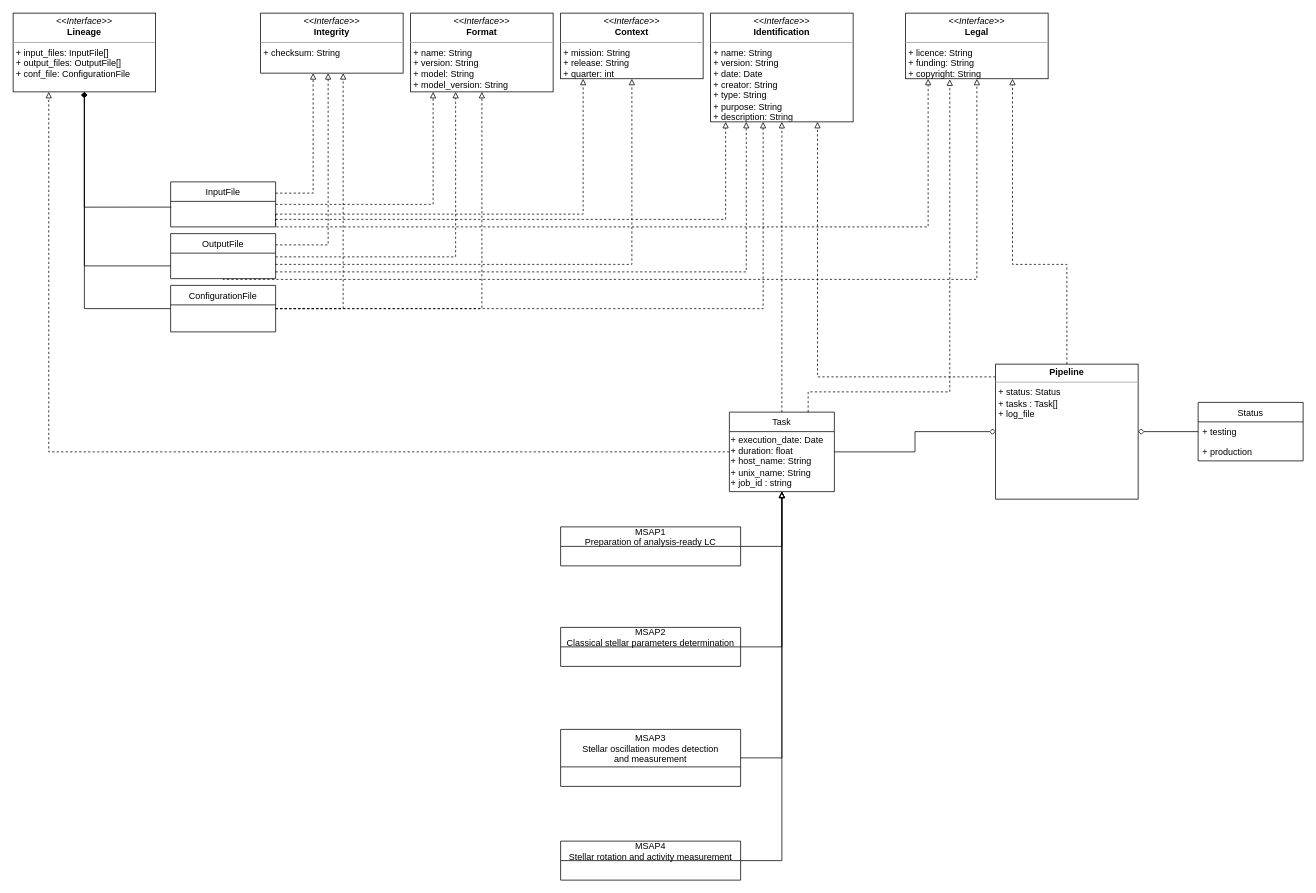
This is Untitled Diagram.drawio from J-Christophe/platoDM, a draw.io file, before an edit. Source tidied: cells renumbered, new cells numbered last; positions are measured from the earlier drawing's top-left corner, leaving out a move shared by most shapes. Both pictures are drawn from the tidied source at 75%, with x=0, y=0 at pixel (13, 13).
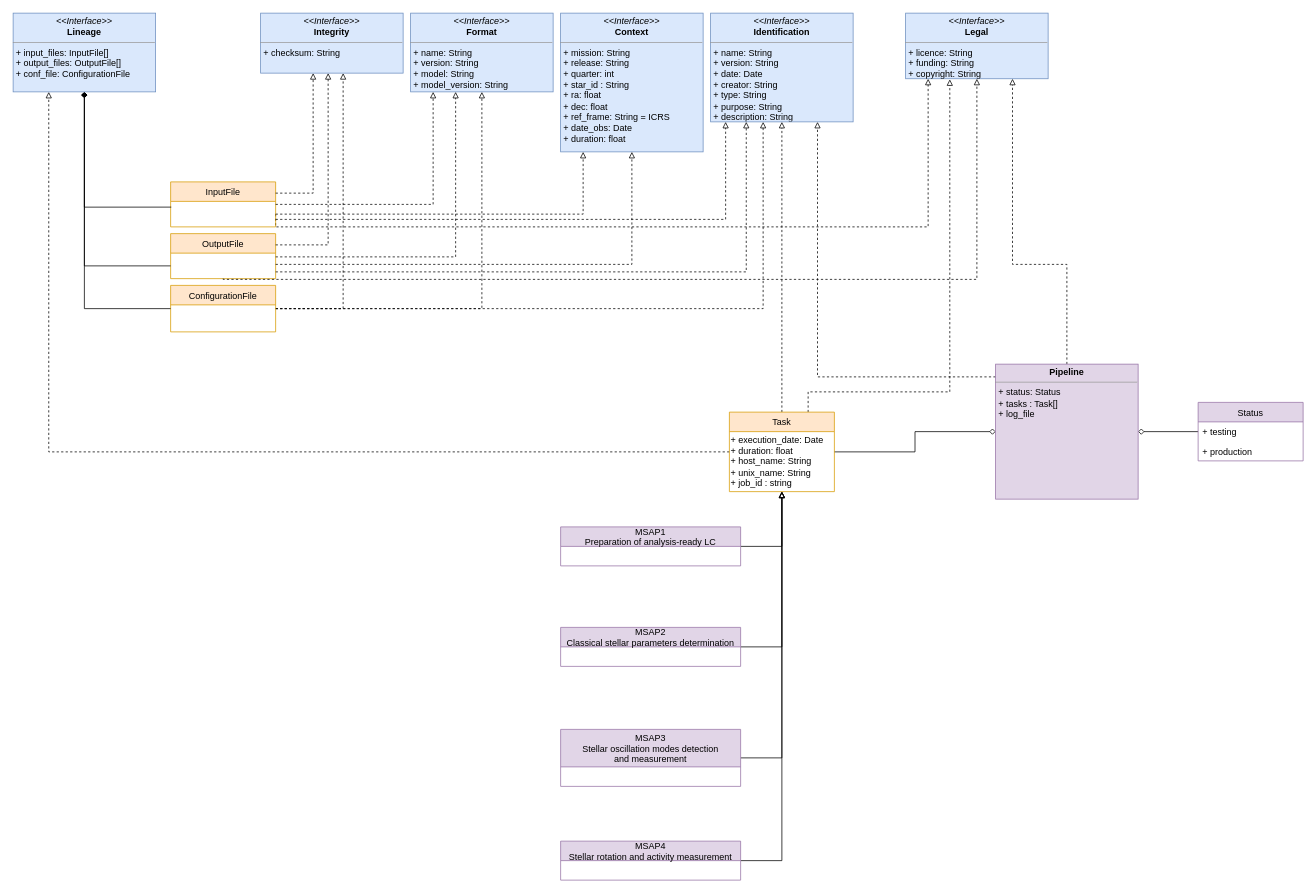
The same page after the edit.

What changed in the source:
```diff
@@
-    <mxCell id="4" value="MSAP1&#10;Preparation of analysis-ready LC" style="swimlane;fontStyle=0;horizontal=1;startSize=26;fillColor=none;" parent="1" vertex="1">
+    <mxCell id="4" value="MSAP1&#10;Preparation of analysis-ready LC" style="swimlane;fontStyle=0;horizontal=1;startSize=26;fillColor=#e1d5e7;strokeColor=#9673a6;" parent="1" vertex="1">
       <mxGeometry x="730" y="685" width="240" height="52" as="geometry" />
     </mxCell>
@@
-    <mxCell id="6" value="MSAP2&#10;Classical stellar parameters determination" style="swimlane;fontStyle=0;horizontal=1;startSize=26;fillColor=none;" parent="1" vertex="1">
+    <mxCell id="6" value="MSAP2&#10;Classical stellar parameters determination" style="swimlane;fontStyle=0;horizontal=1;startSize=26;fillColor=#e1d5e7;strokeColor=#9673a6;" parent="1" vertex="1">
       <mxGeometry x="730" y="819" width="240" height="52" as="geometry" />
     </mxCell>
@@
-    <mxCell id="8" value="MSAP3&#10;Stellar oscillation modes detection &#10;and measurement" style="swimlane;fontStyle=0;horizontal=1;startSize=50;fillColor=none;" parent="1" vertex="1">
+    <mxCell id="8" value="MSAP3&#10;Stellar oscillation modes detection &#10;and measurement" style="swimlane;fontStyle=0;horizontal=1;startSize=50;fillColor=#e1d5e7;strokeColor=#9673a6;" parent="1" vertex="1">
       <mxGeometry x="730" y="955" width="240" height="76" as="geometry" />
     </mxCell>
@@
-    <mxCell id="10" value="MSAP4&#10;Stellar rotation and activity measurement" style="swimlane;fontStyle=0;horizontal=1;startSize=26;fillColor=none;" parent="1" vertex="1">
+    <mxCell id="10" value="MSAP4&#10;Stellar rotation and activity measurement" style="swimlane;fontStyle=0;horizontal=1;startSize=26;fillColor=#e1d5e7;strokeColor=#9673a6;" parent="1" vertex="1">
       <mxGeometry x="730" y="1104" width="240" height="52" as="geometry" />
     </mxCell>
@@
-    <mxCell id="15" value="&lt;p style=&quot;margin: 0px ; margin-top: 4px ; text-align: center&quot;&gt;&lt;b&gt;Pipeline&lt;/b&gt;&lt;/p&gt;&lt;hr size=&quot;1&quot;&gt;&lt;p style=&quot;margin: 0px ; margin-left: 4px&quot;&gt;&lt;span&gt;+ status: Status&lt;/span&gt;&lt;br&gt;&lt;/p&gt;&lt;p style=&quot;margin: 0px ; margin-left: 4px&quot;&gt;+ tasks : Task[]&lt;/p&gt;&lt;p style=&quot;margin: 0px ; margin-left: 4px&quot;&gt;+ log_file&lt;/p&gt;" style="verticalAlign=top;align=left;overflow=fill;fontSize=12;fontFamily=Helvetica;html=1;" parent="1" vertex="1">
+    <mxCell id="15" value="&lt;p style=&quot;margin: 0px ; margin-top: 4px ; text-align: center&quot;&gt;&lt;b&gt;Pipeline&lt;/b&gt;&lt;/p&gt;&lt;hr size=&quot;1&quot;&gt;&lt;p style=&quot;margin: 0px ; margin-left: 4px&quot;&gt;&lt;span&gt;+ status: Status&lt;/span&gt;&lt;br&gt;&lt;/p&gt;&lt;p style=&quot;margin: 0px ; margin-left: 4px&quot;&gt;+ tasks : Task[]&lt;/p&gt;&lt;p style=&quot;margin: 0px ; margin-left: 4px&quot;&gt;+ log_file&lt;/p&gt;" style="verticalAlign=top;align=left;overflow=fill;fontSize=12;fontFamily=Helvetica;html=1;fillColor=#e1d5e7;strokeColor=#9673a6;" parent="1" vertex="1">
       <mxGeometry x="1310" y="468" width="190" height="180" as="geometry" />
     </mxCell>
-    <mxCell id="16" value="Status" style="swimlane;fontStyle=0;horizontal=1;startSize=26;fillColor=none;" parent="1" vertex="1">
+    <mxCell id="16" value="Status" style="swimlane;fontStyle=0;horizontal=1;startSize=26;fillColor=#e1d5e7;strokeColor=#9673a6;" parent="1" vertex="1">
       <mxGeometry x="1580" y="519" width="140" height="78" as="geometry" />
     </mxCell>
@@
-    <mxCell id="20" value="InputFile" style="swimlane;fontStyle=0;horizontal=1;startSize=26;fillColor=none;" parent="1" vertex="1">
+    <mxCell id="20" value="InputFile" style="swimlane;fontStyle=0;horizontal=1;startSize=26;fillColor=#ffe6cc;strokeColor=#d79b00;" parent="1" vertex="1">
       <mxGeometry x="210" y="225" width="140" height="60" as="geometry" />
     </mxCell>
@@
-    <mxCell id="22" value="OutputFile" style="swimlane;fontStyle=0;horizontal=1;startSize=26;fillColor=none;" parent="1" vertex="1">
+    <mxCell id="22" value="OutputFile" style="swimlane;fontStyle=0;horizontal=1;startSize=26;fillColor=#ffe6cc;strokeColor=#d79b00;" parent="1" vertex="1">
       <mxGeometry x="210" y="294" width="140" height="60" as="geometry" />
     </mxCell>
@@
-    <mxCell id="27" value="ConfigurationFile" style="swimlane;fontStyle=0;horizontal=1;startSize=26;fillColor=none;" parent="1" vertex="1">
+    <mxCell id="27" value="ConfigurationFile" style="swimlane;fontStyle=0;horizontal=1;startSize=26;fillColor=#ffe6cc;strokeColor=#d79b00;" parent="1" vertex="1">
       <mxGeometry x="210" y="363" width="140" height="62" as="geometry" />
     </mxCell>
@@
-    <mxCell id="30" value="Task" style="swimlane;fontStyle=0;horizontal=1;startSize=26;fillColor=none;" parent="1" vertex="1">
+    <mxCell id="30" value="Task" style="swimlane;fontStyle=0;horizontal=1;startSize=26;fillColor=#ffe6cc;strokeColor=#d79b00;" parent="1" vertex="1">
       <mxGeometry x="955" y="532" width="140" height="106" as="geometry" />
     </mxCell>
@@
-    <mxCell id="32" value="&lt;p style=&quot;margin: 0px ; margin-top: 4px ; text-align: center&quot;&gt;&lt;i&gt;&amp;lt;&amp;lt;Interface&amp;gt;&amp;gt;&lt;/i&gt;&lt;br&gt;&lt;b&gt;Identification&lt;/b&gt;&lt;/p&gt;&lt;hr size=&quot;1&quot;&gt;&lt;p style=&quot;margin: 0px ; margin-left: 4px&quot;&gt;+ name: String&lt;/p&gt;&lt;p style=&quot;margin: 0px ; margin-left: 4px&quot;&gt;+ version: String&lt;/p&gt;&lt;p style=&quot;margin: 0px ; margin-left: 4px&quot;&gt;+ date: Date&lt;/p&gt;&lt;p style=&quot;margin: 0px ; margin-left: 4px&quot;&gt;+ creator: String&lt;/p&gt;&lt;p style=&quot;margin: 0px ; margin-left: 4px&quot;&gt;+ type: String&lt;/p&gt;&lt;p style=&quot;margin: 0px ; margin-left: 4px&quot;&gt;+ purpose: String&lt;/p&gt;&lt;p style=&quot;margin: 0px ; margin-left: 4px&quot;&gt;+ description: String&lt;/p&gt;" style="verticalAlign=top;align=left;overflow=fill;fontSize=12;fontFamily=Helvetica;html=1;" parent="1" vertex="1">
+    <mxCell id="32" value="&lt;p style=&quot;margin: 0px ; margin-top: 4px ; text-align: center&quot;&gt;&lt;i&gt;&amp;lt;&amp;lt;Interface&amp;gt;&amp;gt;&lt;/i&gt;&lt;br&gt;&lt;b&gt;Identification&lt;/b&gt;&lt;/p&gt;&lt;hr size=&quot;1&quot;&gt;&lt;p style=&quot;margin: 0px ; margin-left: 4px&quot;&gt;+ name: String&lt;/p&gt;&lt;p style=&quot;margin: 0px ; margin-left: 4px&quot;&gt;+ version: String&lt;/p&gt;&lt;p style=&quot;margin: 0px ; margin-left: 4px&quot;&gt;+ date: Date&lt;/p&gt;&lt;p style=&quot;margin: 0px ; margin-left: 4px&quot;&gt;+ creator: String&lt;/p&gt;&lt;p style=&quot;margin: 0px ; margin-left: 4px&quot;&gt;+ type: String&lt;/p&gt;&lt;p style=&quot;margin: 0px ; margin-left: 4px&quot;&gt;+ purpose: String&lt;/p&gt;&lt;p style=&quot;margin: 0px ; margin-left: 4px&quot;&gt;+ description: String&lt;/p&gt;" style="verticalAlign=top;align=left;overflow=fill;fontSize=12;fontFamily=Helvetica;html=1;fillColor=#dae8fc;strokeColor=#6c8ebf;" parent="1" vertex="1">
       <mxGeometry x="930" width="190" height="145" as="geometry" />
     </mxCell>
@@
-    <mxCell id="36" value="&lt;p style=&quot;margin: 0px ; margin-top: 4px ; text-align: center&quot;&gt;&lt;i&gt;&amp;lt;&amp;lt;Interface&amp;gt;&amp;gt;&lt;/i&gt;&lt;br&gt;&lt;b&gt;Lineage&lt;/b&gt;&lt;/p&gt;&lt;hr size=&quot;1&quot;&gt;&lt;p style=&quot;margin: 0px 0px 0px 4px&quot;&gt;+ input_files: InputFile[]&lt;/p&gt;&lt;p style=&quot;margin: 0px 0px 0px 4px&quot;&gt;+ output_files: OutputFile[]&lt;/p&gt;&lt;p style=&quot;margin: 0px 0px 0px 4px&quot;&gt;+ conf_file: ConfigurationFile&lt;/p&gt;" style="verticalAlign=top;align=left;overflow=fill;fontSize=12;fontFamily=Helvetica;html=1;" parent="1" vertex="1">
+    <mxCell id="36" value="&lt;p style=&quot;margin: 0px ; margin-top: 4px ; text-align: center&quot;&gt;&lt;i&gt;&amp;lt;&amp;lt;Interface&amp;gt;&amp;gt;&lt;/i&gt;&lt;br&gt;&lt;b&gt;Lineage&lt;/b&gt;&lt;/p&gt;&lt;hr size=&quot;1&quot;&gt;&lt;p style=&quot;margin: 0px 0px 0px 4px&quot;&gt;+ input_files: InputFile[]&lt;/p&gt;&lt;p style=&quot;margin: 0px 0px 0px 4px&quot;&gt;+ output_files: OutputFile[]&lt;/p&gt;&lt;p style=&quot;margin: 0px 0px 0px 4px&quot;&gt;+ conf_file: ConfigurationFile&lt;/p&gt;" style="verticalAlign=top;align=left;overflow=fill;fontSize=12;fontFamily=Helvetica;html=1;fillColor=#dae8fc;strokeColor=#6c8ebf;" parent="1" vertex="1">
       <mxGeometry width="190" height="105" as="geometry" />
     </mxCell>
-    <mxCell id="37" value="&lt;p style=&quot;margin: 0px ; margin-top: 4px ; text-align: center&quot;&gt;&lt;i&gt;&amp;lt;&amp;lt;Interface&amp;gt;&amp;gt;&lt;/i&gt;&lt;br&gt;&lt;b&gt;Integrity&lt;/b&gt;&lt;/p&gt;&lt;hr size=&quot;1&quot;&gt;&lt;p style=&quot;margin: 0px ; margin-left: 4px&quot;&gt;&lt;span&gt;+ checksum: String&lt;/span&gt;&lt;br&gt;&lt;/p&gt;" style="verticalAlign=top;align=left;overflow=fill;fontSize=12;fontFamily=Helvetica;html=1;" parent="1" vertex="1">
+    <mxCell id="37" value="&lt;p style=&quot;margin: 0px ; margin-top: 4px ; text-align: center&quot;&gt;&lt;i&gt;&amp;lt;&amp;lt;Interface&amp;gt;&amp;gt;&lt;/i&gt;&lt;br&gt;&lt;b&gt;Integrity&lt;/b&gt;&lt;/p&gt;&lt;hr size=&quot;1&quot;&gt;&lt;p style=&quot;margin: 0px ; margin-left: 4px&quot;&gt;&lt;span&gt;+ checksum: String&lt;/span&gt;&lt;br&gt;&lt;/p&gt;" style="verticalAlign=top;align=left;overflow=fill;fontSize=12;fontFamily=Helvetica;html=1;fillColor=#dae8fc;strokeColor=#6c8ebf;" parent="1" vertex="1">
       <mxGeometry x="330" width="190" height="80" as="geometry" />
     </mxCell>
-    <mxCell id="38" value="&lt;p style=&quot;margin: 0px ; margin-top: 4px ; text-align: center&quot;&gt;&lt;i&gt;&amp;lt;&amp;lt;Interface&amp;gt;&amp;gt;&lt;/i&gt;&lt;br&gt;&lt;b&gt;Context&lt;/b&gt;&lt;/p&gt;&lt;hr size=&quot;1&quot;&gt;&lt;p style=&quot;margin: 0px 0px 0px 4px&quot;&gt;+ mission: String&lt;/p&gt;&lt;p style=&quot;margin: 0px 0px 0px 4px&quot;&gt;+ release: String&lt;/p&gt;&lt;p style=&quot;margin: 0px 0px 0px 4px&quot;&gt;+ quarter: int&lt;/p&gt;" style="verticalAlign=top;align=left;overflow=fill;fontSize=12;fontFamily=Helvetica;html=1;" parent="1" vertex="1">
-      <mxGeometry x="730" width="190" height="87.5" as="geometry" />
+    <mxCell id="38" value="&lt;p style=&quot;margin: 0px ; margin-top: 4px ; text-align: center&quot;&gt;&lt;i&gt;&amp;lt;&amp;lt;Interface&amp;gt;&amp;gt;&lt;/i&gt;&lt;br&gt;&lt;b&gt;Context&lt;/b&gt;&lt;/p&gt;&lt;hr size=&quot;1&quot;&gt;&lt;p style=&quot;margin: 0px 0px 0px 4px&quot;&gt;+ mission: String&lt;/p&gt;&lt;p style=&quot;margin: 0px 0px 0px 4px&quot;&gt;+ release: String&lt;/p&gt;&lt;p style=&quot;margin: 0px 0px 0px 4px&quot;&gt;+ quarter: int&lt;/p&gt;&lt;p style=&quot;margin: 0px 0px 0px 4px&quot;&gt;+ star_id : String&lt;/p&gt;&lt;p style=&quot;margin: 0px 0px 0px 4px&quot;&gt;+ ra: float&lt;/p&gt;&lt;p style=&quot;margin: 0px 0px 0px 4px&quot;&gt;+ dec: float&lt;/p&gt;&lt;p style=&quot;margin: 0px 0px 0px 4px&quot;&gt;+ ref_frame: String = ICRS&lt;/p&gt;&lt;p style=&quot;margin: 0px 0px 0px 4px&quot;&gt;+ date_obs: Date&lt;/p&gt;&lt;p style=&quot;margin: 0px 0px 0px 4px&quot;&gt;+ duration: float&lt;/p&gt;" style="verticalAlign=top;align=left;overflow=fill;fontSize=12;fontFamily=Helvetica;html=1;fillColor=#dae8fc;strokeColor=#6c8ebf;" parent="1" vertex="1">
+      <mxGeometry x="730" width="190" height="185" as="geometry" />
     </mxCell>
@@
-    <mxCell id="45" value="&lt;p style=&quot;margin: 0px ; margin-top: 4px ; text-align: center&quot;&gt;&lt;i&gt;&amp;lt;&amp;lt;Interface&amp;gt;&amp;gt;&lt;/i&gt;&lt;br&gt;&lt;b&gt;Format&lt;/b&gt;&lt;/p&gt;&lt;hr size=&quot;1&quot;&gt;&lt;p style=&quot;margin: 0px ; margin-left: 4px&quot;&gt;&lt;span&gt;+ name: String&lt;/span&gt;&lt;br&gt;&lt;/p&gt;&lt;p style=&quot;margin: 0px ; margin-left: 4px&quot;&gt;&lt;span&gt;+ version: String&lt;/span&gt;&lt;/p&gt;&lt;p style=&quot;margin: 0px ; margin-left: 4px&quot;&gt;&lt;span&gt;+ model: String&lt;/span&gt;&lt;/p&gt;&lt;p style=&quot;margin: 0px ; margin-left: 4px&quot;&gt;&lt;span&gt;+ model_version: String&lt;/span&gt;&lt;/p&gt;" style="verticalAlign=top;align=left;overflow=fill;fontSize=12;fontFamily=Helvetica;html=1;" parent="1" vertex="1">
+    <mxCell id="45" value="&lt;p style=&quot;margin: 0px ; margin-top: 4px ; text-align: center&quot;&gt;&lt;i&gt;&amp;lt;&amp;lt;Interface&amp;gt;&amp;gt;&lt;/i&gt;&lt;br&gt;&lt;b&gt;Format&lt;/b&gt;&lt;/p&gt;&lt;hr size=&quot;1&quot;&gt;&lt;p style=&quot;margin: 0px ; margin-left: 4px&quot;&gt;&lt;span&gt;+ name: String&lt;/span&gt;&lt;br&gt;&lt;/p&gt;&lt;p style=&quot;margin: 0px ; margin-left: 4px&quot;&gt;&lt;span&gt;+ version: String&lt;/span&gt;&lt;/p&gt;&lt;p style=&quot;margin: 0px ; margin-left: 4px&quot;&gt;&lt;span&gt;+ model: String&lt;/span&gt;&lt;/p&gt;&lt;p style=&quot;margin: 0px ; margin-left: 4px&quot;&gt;&lt;span&gt;+ model_version: String&lt;/span&gt;&lt;/p&gt;" style="verticalAlign=top;align=left;overflow=fill;fontSize=12;fontFamily=Helvetica;html=1;fillColor=#dae8fc;strokeColor=#6c8ebf;" parent="1" vertex="1">
       <mxGeometry x="530" width="190" height="105" as="geometry" />
     </mxCell>
@@
-    <mxCell id="48" value="&lt;p style=&quot;margin: 0px ; margin-top: 4px ; text-align: center&quot;&gt;&lt;i&gt;&amp;lt;&amp;lt;Interface&amp;gt;&amp;gt;&lt;/i&gt;&lt;br&gt;&lt;b&gt;Legal&lt;/b&gt;&lt;/p&gt;&lt;hr size=&quot;1&quot;&gt;&lt;p style=&quot;margin: 0px 0px 0px 4px&quot;&gt;+ licence: String&lt;/p&gt;&lt;p style=&quot;margin: 0px 0px 0px 4px&quot;&gt;+ funding: String&lt;/p&gt;&lt;p style=&quot;margin: 0px 0px 0px 4px&quot;&gt;+ copyright: String&lt;/p&gt;" style="verticalAlign=top;align=left;overflow=fill;fontSize=12;fontFamily=Helvetica;html=1;" parent="1" vertex="1">
+    <mxCell id="48" value="&lt;p style=&quot;margin: 0px ; margin-top: 4px ; text-align: center&quot;&gt;&lt;i&gt;&amp;lt;&amp;lt;Interface&amp;gt;&amp;gt;&lt;/i&gt;&lt;br&gt;&lt;b&gt;Legal&lt;/b&gt;&lt;/p&gt;&lt;hr size=&quot;1&quot;&gt;&lt;p style=&quot;margin: 0px 0px 0px 4px&quot;&gt;+ licence: String&lt;/p&gt;&lt;p style=&quot;margin: 0px 0px 0px 4px&quot;&gt;+ funding: String&lt;/p&gt;&lt;p style=&quot;margin: 0px 0px 0px 4px&quot;&gt;+ copyright: String&lt;/p&gt;" style="verticalAlign=top;align=left;overflow=fill;fontSize=12;fontFamily=Helvetica;html=1;fillColor=#dae8fc;strokeColor=#6c8ebf;" parent="1" vertex="1">
       <mxGeometry x="1190" width="190" height="87.5" as="geometry" />
     </mxCell>
```
